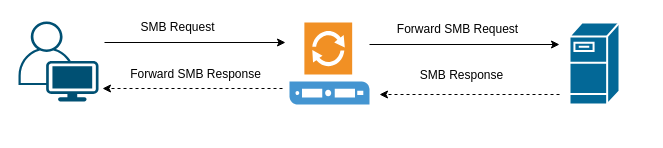
Earlier version of the draw.io diagram page "Page-1" (1 of 2) of smb_proxy.drawio (linfenwen/draw_io). Source tidied: cells renumbered, new cells numbered last; positions are measured from the earlier drawing's top-left corner, leaving out a move shared by most shapes. Both pictures are drawn from the tidied source at 100%, with x=0, y=0 at pixel (18, 17).
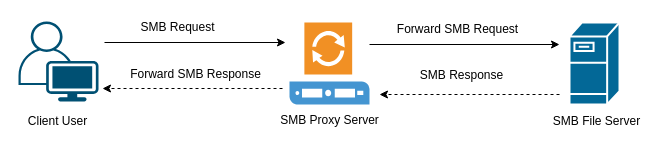
Above is the later version.

What changed in the source:
```diff
@@
 <mxGraphModel>
   <root>
     <mxCell id="0" />
     <mxCell id="1" parent="0" />
     <mxCell id="2" style="verticalLabelPosition=bottom;sketch=0;html=1;verticalAlign=top;align=center;shape=mxgraph.cisco19.user;fillColor=#005073;strokeColor=none;" parent="1" vertex="1">
       <mxGeometry y="4" width="80" height="80" as="geometry" />
     </mxCell>
     <mxCell id="3" style="shadow=0;dashed=0;html=1;strokeColor=none;fillColor=#4495D1;labelPosition=center;verticalLabelPosition=bottom;verticalAlign=top;align=center;shape=mxgraph.veeam.proxy_server;" parent="1" vertex="1">
       <mxGeometry x="271" y="5" width="80" height="82" as="geometry" />
     </mxCell>
     <mxCell id="4" style="shape=mxgraph.cisco.servers.fileserver;html=1;dashed=0;fillColor=#036897;strokeColor=#ffffff;strokeWidth=2;verticalLabelPosition=bottom;verticalAlign=top;align=center;" parent="1" vertex="1">
       <mxGeometry x="551" y="5" width="50" height="82" as="geometry" />
     </mxCell>
     <mxCell id="5" style="endArrow=classic;html=1;rounded=0;" parent="1" edge="1">
       <mxGeometry relative="1" as="geometry">
         <mxPoint x="86" y="25" as="sourcePoint" />
         <mxPoint x="267" y="25" as="targetPoint" />
       </mxGeometry>
     </mxCell>
     <mxCell id="6" style="endArrow=classic;html=1;rounded=0;" parent="1" edge="1">
       <mxGeometry relative="1" as="geometry">
         <mxPoint x="351" y="27" as="sourcePoint" />
         <mxPoint x="541" y="27" as="targetPoint" />
       </mxGeometry>
     </mxCell>
     <mxCell id="7" style="endArrow=classic;html=1;rounded=0;jumpStyle=arc;dashed=1;" parent="1" edge="1">
       <mxGeometry relative="1" as="geometry">
         <mxPoint x="541" y="77" as="sourcePoint" />
         <mxPoint x="361" y="77" as="targetPoint" />
       </mxGeometry>
     </mxCell>
     <mxCell id="8" style="endArrow=classic;html=1;rounded=0;jumpStyle=arc;dashed=1;" parent="1" edge="1">
       <mxGeometry relative="1" as="geometry">
         <mxPoint x="264" y="71" as="sourcePoint" />
         <mxPoint x="84" y="71" as="targetPoint" />
       </mxGeometry>
     </mxCell>
     <mxCell id="9" value="SMB Request" style="text;html=1;align=center;verticalAlign=middle;strokeColor=none;fillColor=none;" parent="1" vertex="1">
       <mxGeometry x="114" width="90" height="20" as="geometry" />
     </mxCell>
     <mxCell id="10" value="Forward SMB Request" style="text;html=1;align=center;verticalAlign=middle;strokeColor=none;fillColor=none;" parent="1" vertex="1">
       <mxGeometry x="369" y="2" width="140" height="20" as="geometry" />
     </mxCell>
     <mxCell id="11" value="SMB Response" style="text;html=1;align=center;verticalAlign=middle;strokeColor=none;fillColor=none;" parent="1" vertex="1">
       <mxGeometry x="393" y="48" width="100" height="20" as="geometry" />
     </mxCell>
     <mxCell id="12" value="Forward SMB Response" style="text;html=1;align=center;verticalAlign=middle;strokeColor=none;fillColor=none;" parent="1" vertex="1">
       <mxGeometry x="102" y="47" width="150" height="20" as="geometry" />
     </mxCell>
+    <mxCell id="13" value="SMB Proxy Server" style="text;html=1;align=center;verticalAlign=middle;strokeColor=none;fillColor=none;" parent="1" vertex="1">
+      <mxGeometry x="256" y="93" width="110" height="20" as="geometry" />
+    </mxCell>
+    <mxCell id="14" value="SMB File Server" style="text;html=1;align=center;verticalAlign=middle;strokeColor=none;fillColor=none;" parent="1" vertex="1">
+      <mxGeometry x="528" y="94" width="100" height="20" as="geometry" />
+    </mxCell>
+    <mxCell id="15" value="Client User" style="text;html=1;align=center;verticalAlign=middle;strokeColor=none;fillColor=none;" parent="1" vertex="1">
+      <mxGeometry x="-1" y="94" width="80" height="20" as="geometry" />
+    </mxCell>
   </root>
 </mxGraphModel>
```
